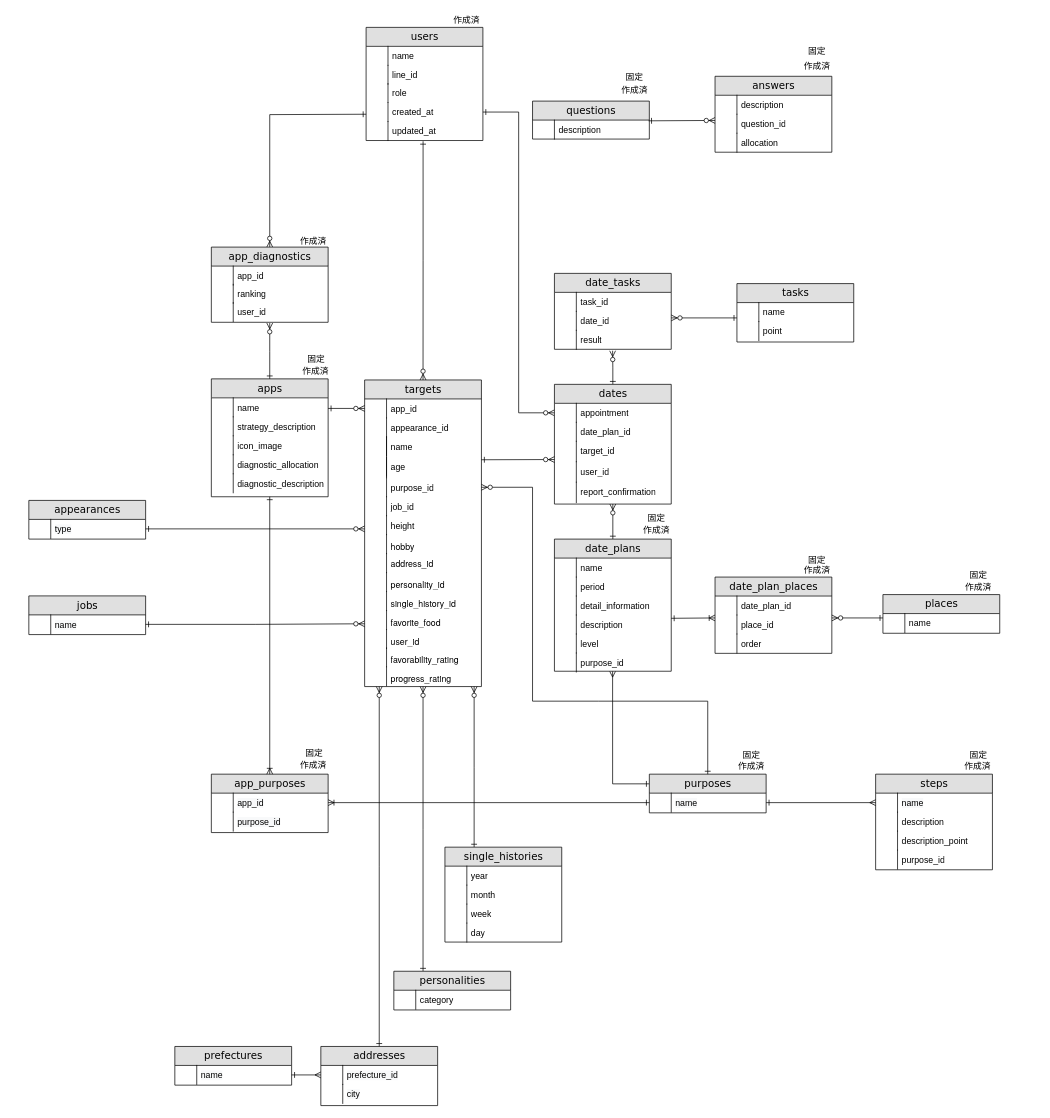
Above: Untitled Diagram.drawio in kstar0102/ryuki0102 (draw.io), before the change. Source tidied: cells renumbered, new cells numbered last; positions are measured from the earlier drawing's top-left corner, leaving out a move shared by most shapes. Both pictures are drawn from the tidied source at 73%, with x=0, y=0 at pixel (28, 12).
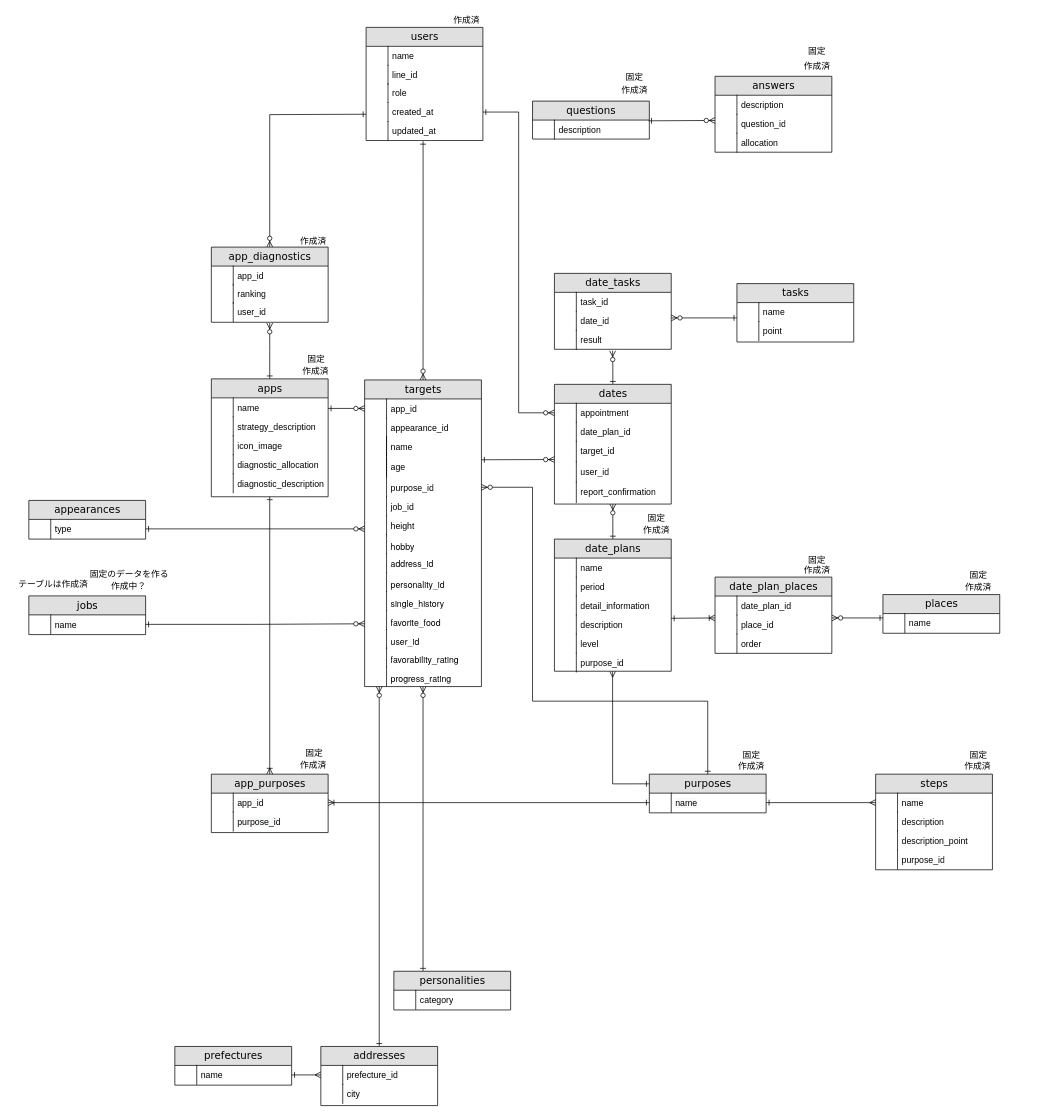
Above is the later version.

What changed in the source:
```diff
@@
-    <mxCell id="36" value="&lt;p class=&quot;p1&quot; style=&quot;margin: 0px ; font-stretch: normal ; line-height: normal&quot;&gt;&lt;font face=&quot;helvetica neue&quot;&gt;single_history_id&lt;/font&gt;&lt;br&gt;&lt;/p&gt;" style="shape=partialRectangle;top=0;left=0;right=0;bottom=0;html=1;align=left;verticalAlign=top;fillColor=none;spacingLeft=34;spacingRight=4;whiteSpace=wrap;overflow=hidden;" parent="1" vertex="1">
+    <mxCell id="36" value="&lt;p class=&quot;p1&quot; style=&quot;margin: 0px ; font-stretch: normal ; line-height: normal&quot;&gt;&lt;font face=&quot;helvetica neue&quot;&gt;single_history&lt;/font&gt;&lt;br&gt;&lt;/p&gt;" style="shape=partialRectangle;top=0;left=0;right=0;bottom=0;html=1;align=left;verticalAlign=top;fillColor=none;spacingLeft=34;spacingRight=4;whiteSpace=wrap;overflow=hidden;" parent="1" vertex="1">
       <mxGeometry x="460" y="793" width="160" height="36" as="geometry" />
     </mxCell>
@@
-    <mxCell id="176" style="edgeStyle=orthogonalEdgeStyle;rounded=0;jettySize=auto;html=1;exitX=0.25;exitY=0;exitDx=0;exitDy=0;startArrow=ERone;startFill=0;endArrow=ERzeroToMany;endFill=1;" parent="1" edge="1" source="177">
-      <mxGeometry relative="1" as="geometry">
-        <mxPoint x="610" y="923" as="targetPoint" />
-      </mxGeometry>
-    </mxCell>
-    <mxCell id="177" value="single_histories" style="swimlane;html=1;fontStyle=0;horizontal=1;startSize=26;fillColor=#e0e0e0;swimlaneFillColor=#ffffff;align=center;rounded=0;shadow=0;comic=0;labelBackgroundColor=none;strokeWidth=1;fontFamily=Verdana;fontSize=14;" parent="1" vertex="1">
-      <mxGeometry x="570" y="1143" width="160" height="130" as="geometry" />
-    </mxCell>
-    <mxCell id="178" value="&lt;font face=&quot;helvetica&quot;&gt;year&lt;/font&gt;" style="shape=partialRectangle;top=0;left=0;right=0;bottom=0;html=1;align=left;verticalAlign=top;fillColor=none;spacingLeft=34;spacingRight=4;whiteSpace=wrap;overflow=hidden;" parent="177" vertex="1">
-      <mxGeometry y="26" width="160" height="26" as="geometry" />
-    </mxCell>
-    <mxCell id="179" style="shape=partialRectangle;top=0;left=0;bottom=0;html=1;fillColor=none;align=left;verticalAlign=top;spacingLeft=4;spacingRight=4;whiteSpace=wrap;overflow=hidden;" parent="178" vertex="1">
-      <mxGeometry width="30" height="26" as="geometry" />
-    </mxCell>
-    <mxCell id="180" value="&lt;font face=&quot;helvetica&quot;&gt;month&lt;/font&gt;" style="shape=partialRectangle;top=0;left=0;right=0;bottom=0;html=1;align=left;verticalAlign=top;fillColor=none;spacingLeft=34;spacingRight=4;whiteSpace=wrap;overflow=hidden;" parent="177" vertex="1">
-      <mxGeometry y="52" width="160" height="26" as="geometry" />
-    </mxCell>
-    <mxCell id="181" style="shape=partialRectangle;top=0;left=0;bottom=0;html=1;fillColor=none;align=left;verticalAlign=top;spacingLeft=4;spacingRight=4;whiteSpace=wrap;overflow=hidden;" parent="180" vertex="1">
-      <mxGeometry width="30" height="26" as="geometry" />
-    </mxCell>
-    <mxCell id="182" value="&lt;font face=&quot;helvetica&quot;&gt;week&lt;/font&gt;" style="shape=partialRectangle;top=0;left=0;right=0;bottom=0;html=1;align=left;verticalAlign=top;fillColor=none;spacingLeft=34;spacingRight=4;whiteSpace=wrap;overflow=hidden;" parent="1" vertex="1">
-      <mxGeometry x="570" y="1221" width="160" height="26" as="geometry" />
-    </mxCell>
-    <mxCell id="183" style="shape=partialRectangle;top=0;left=0;bottom=0;html=1;fillColor=none;align=left;verticalAlign=top;spacingLeft=4;spacingRight=4;whiteSpace=wrap;overflow=hidden;" parent="182" vertex="1">
-      <mxGeometry width="30" height="26" as="geometry" />
-    </mxCell>
-    <mxCell id="184" value="&lt;font face=&quot;helvetica&quot;&gt;day&lt;/font&gt;" style="shape=partialRectangle;top=0;left=0;right=0;bottom=0;html=1;align=left;verticalAlign=top;fillColor=none;spacingLeft=34;spacingRight=4;whiteSpace=wrap;overflow=hidden;" parent="1" vertex="1">
-      <mxGeometry x="570" y="1247" width="160" height="26" as="geometry" />
-    </mxCell>
-    <mxCell id="185" style="shape=partialRectangle;top=0;left=0;bottom=0;html=1;fillColor=none;align=left;verticalAlign=top;spacingLeft=4;spacingRight=4;whiteSpace=wrap;overflow=hidden;" parent="184" vertex="1">
-      <mxGeometry width="30" height="26" as="geometry" />
-    </mxCell>
@@
+    <mxCell id="206" value="作成中？" style="text;html=1;strokeColor=none;fillColor=none;align=center;verticalAlign=middle;whiteSpace=wrap;rounded=0;" parent="1" vertex="1">
+      <mxGeometry x="107" y="776" width="60" height="20" as="geometry" />
+    </mxCell>
+    <mxCell id="207" value="固定のデータを作る" style="text;html=1;strokeColor=none;fillColor=none;align=center;verticalAlign=middle;whiteSpace=wrap;rounded=0;" parent="1" vertex="1">
+      <mxGeometry x="83" y="760" width="110" height="20" as="geometry" />
+    </mxCell>
+    <mxCell id="208" value="テーブルは作成済" style="text;html=1;align=center;verticalAlign=middle;strokeColor=none;fillColor=none;" parent="1" vertex="1">
+      <mxGeometry x="-22" y="773" width="110" height="20" as="geometry" />
+    </mxCell>
```
